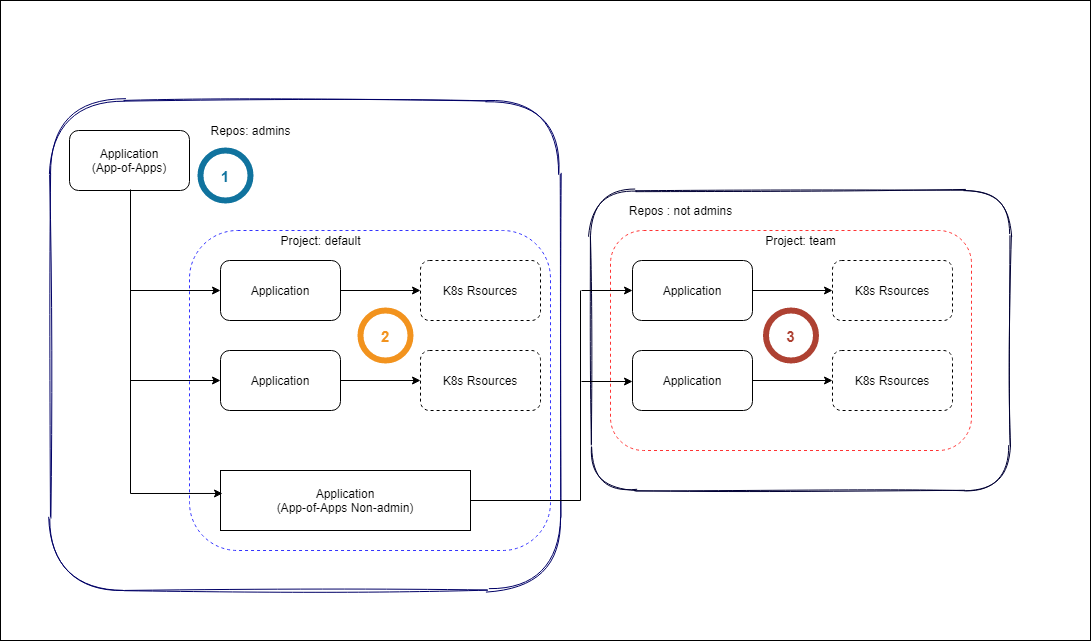
melak-cmd/diagrams keeps this draw.io diagram as tenant.png. Above is the earlier version. Source tidied: cells renumbered, new cells last; positions are measured from the earlier drawing's top-left corner, leaving out a move shared by most shapes.
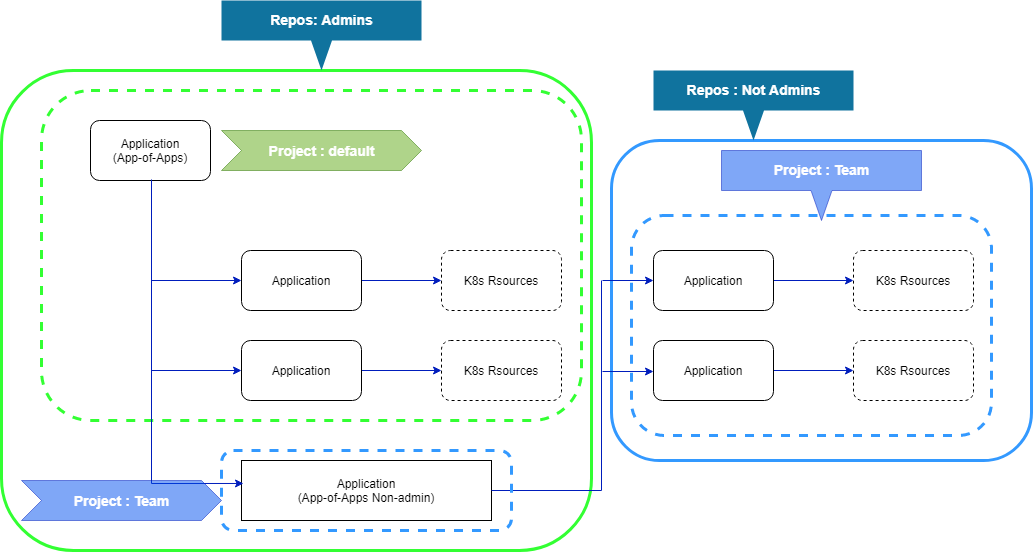
After the change.

The edit, as a diff of the source:
```diff
@@ -2,22 +2,19 @@
   <root>
     <mxCell id="0" />
     <mxCell id="1" parent="0" />
-    <mxCell id="2" style="rounded=0;whiteSpace=wrap;html=1;" parent="1" vertex="1">
-      <mxGeometry width="1090" height="640" as="geometry" />
-    </mxCell>
-    <mxCell id="3" style="rounded=1;whiteSpace=wrap;html=1;strokeColor=#000033;glass=0;sketch=1;" parent="1" vertex="1">
-      <mxGeometry x="590" y="190" width="420" height="300" as="geometry" />
-    </mxCell>
-    <mxCell id="4" style="rounded=1;whiteSpace=wrap;html=1;strokeColor=#000066;sketch=1;shadow=0;" parent="1" vertex="1">
-      <mxGeometry x="50" y="100" width="510" height="490" as="geometry" />
-    </mxCell>
-    <mxCell id="5" style="rounded=1;whiteSpace=wrap;html=1;dashed=1;strokeColor=#FF3333;" parent="1" vertex="1">
-      <mxGeometry x="610" y="230" width="361" height="220" as="geometry" />
-    </mxCell>
-    <mxCell id="6" style="rounded=1;whiteSpace=wrap;html=1;dashed=1;strokeColor=#3333FF;" parent="1" vertex="1">
-      <mxGeometry x="189" y="230" width="361" height="320" as="geometry" />
-    </mxCell>
+    <mxCell id="36" style="rounded=1;whiteSpace=wrap;html=1;dashed=1;strokeWidth=3;fillColor=none;strokeColor=#3399FF;" parent="1" vertex="1">
+      <mxGeometry x="610" y="225" width="360" height="220" as="geometry" />
+    </mxCell>
+    <mxCell id="37" style="rounded=1;whiteSpace=wrap;html=1;strokeColor=#3399FF;strokeWidth=3;fillColor=none;" parent="1" vertex="1">
+      <mxGeometry x="590" y="150" width="420" height="320" as="geometry" />
+    </mxCell>
+    <mxCell id="38" style="rounded=1;whiteSpace=wrap;html=1;strokeWidth=3;fillColor=none;strokeColor=#33FF33;" parent="1" vertex="1">
+      <mxGeometry x="-20" y="80" width="590" height="480" as="geometry" />
+    </mxCell>
+    <mxCell id="39" style="rounded=1;whiteSpace=wrap;html=1;dashed=1;strokeWidth=3;fillColor=none;strokeColor=#33FF33;" parent="1" vertex="1">
+      <mxGeometry x="20" y="100" width="540" height="330" as="geometry" />
+    </mxCell>
-    <mxCell id="7" style="edgeStyle=orthogonalEdgeStyle;rounded=0;jettySize=auto;html=1;" parent="1" edge="1" source="8" target="11">
+    <mxCell id="7" style="edgeStyle=orthogonalEdgeStyle;rounded=0;jettySize=auto;html=1;fillColor=#0050ef;strokeColor=#001DBC;" parent="1" edge="1" source="8" target="11">
       <mxGeometry relative="1" as="geometry" />
     </mxCell>
     <mxCell id="8" value="Application" style="rounded=1;whiteSpace=wrap;html=1;" parent="1" vertex="1">
@@ -26,7 +23,7 @@
     <mxCell id="9" value="Application&lt;br&gt;(App-of-Apps)" style="rounded=1;whiteSpace=wrap;html=1;" parent="1" vertex="1">
       <mxGeometry x="69" y="130" width="120" height="60" as="geometry" />
     </mxCell>
-    <mxCell id="10" style="endArrow=none;html=1;entryX=0.575;entryY=1.033;entryDx=0;entryDy=0;entryPerimeter=0;" parent="1" edge="1">
+    <mxCell id="10" style="endArrow=none;html=1;entryX=0.575;entryY=1.033;entryDx=0;entryDy=0;entryPerimeter=0;fillColor=#0050ef;strokeColor=#001DBC;" parent="1" edge="1">
       <mxGeometry relative="1" as="geometry">
         <mxPoint x="130" y="493" as="sourcePoint" />
         <mxPoint x="130" y="189" as="targetPoint" />
@@ -35,12 +32,12 @@
     <mxCell id="11" value="K8s Rsources" style="whiteSpace=wrap;html=1;rounded=1;dashed=1;" parent="1" vertex="1">
       <mxGeometry x="420" y="260" width="120" height="60" as="geometry" />
     </mxCell>
-    <mxCell id="12" style="endArrow=classic;html=1;entryX=0;entryY=0.5;entryDx=0;entryDy=0;" parent="1" edge="1" target="8">
+    <mxCell id="12" style="endArrow=classic;html=1;entryX=0;entryY=0.5;entryDx=0;entryDy=0;fillColor=#0050ef;strokeColor=#001DBC;" parent="1" edge="1" target="8">
       <mxGeometry relative="1" as="geometry">
         <mxPoint x="130" y="290" as="sourcePoint" />
       </mxGeometry>
     </mxCell>
-    <mxCell id="13" style="edgeStyle=orthogonalEdgeStyle;rounded=0;jettySize=auto;html=1;" parent="1" edge="1" source="14" target="15">
+    <mxCell id="13" style="edgeStyle=orthogonalEdgeStyle;rounded=0;jettySize=auto;html=1;fillColor=#0050ef;strokeColor=#001DBC;" parent="1" edge="1" source="14" target="15">
       <mxGeometry relative="1" as="geometry" />
     </mxCell>
     <mxCell id="14" value="Application" style="rounded=1;whiteSpace=wrap;html=1;" parent="1" vertex="1">
@@ -49,7 +46,7 @@
     <mxCell id="15" value="&lt;span&gt;K8s Rsources&lt;/span&gt;" style="whiteSpace=wrap;html=1;rounded=1;dashed=1;" parent="1" vertex="1">
       <mxGeometry x="420" y="350" width="120" height="60" as="geometry" />
     </mxCell>
-    <mxCell id="16" style="endArrow=classic;html=1;entryX=0;entryY=0.5;entryDx=0;entryDy=0;" parent="1" edge="1" target="14">
+    <mxCell id="16" style="endArrow=classic;html=1;entryX=0;entryY=0.5;entryDx=0;entryDy=0;fillColor=#0050ef;strokeColor=#001DBC;" parent="1" edge="1" target="14">
       <mxGeometry relative="1" as="geometry">
         <mxPoint x="130" y="380" as="sourcePoint" />
       </mxGeometry>
@@ -57,12 +54,12 @@
     <mxCell id="17" value="Application&lt;br&gt;(App-of-Apps Non-admin)" style="rounded=0;whiteSpace=wrap;html=1;" parent="1" vertex="1">
       <mxGeometry x="220" y="470" width="250" height="60" as="geometry" />
     </mxCell>
-    <mxCell id="18" style="endArrow=classic;html=1;entryX=0.008;entryY=0.383;entryDx=0;entryDy=0;entryPerimeter=0;" parent="1" edge="1" target="17">
+    <mxCell id="18" style="endArrow=classic;html=1;entryX=0.008;entryY=0.383;entryDx=0;entryDy=0;entryPerimeter=0;fillColor=#0050ef;strokeColor=#001DBC;" parent="1" edge="1" target="17">
       <mxGeometry relative="1" as="geometry">
         <mxPoint x="130" y="493" as="sourcePoint" />
       </mxGeometry>
     </mxCell>
-    <mxCell id="19" style="edgeStyle=orthogonalEdgeStyle;rounded=0;jettySize=auto;html=1;" parent="1" edge="1" source="20" target="21">
+    <mxCell id="19" style="edgeStyle=orthogonalEdgeStyle;rounded=0;jettySize=auto;html=1;fillColor=#0050ef;strokeColor=#001DBC;" parent="1" edge="1" source="20" target="21">
       <mxGeometry relative="1" as="geometry" />
     </mxCell>
     <mxCell id="20" value="Application" style="rounded=1;whiteSpace=wrap;html=1;" parent="1" vertex="1">
@@ -71,7 +68,7 @@
     <mxCell id="21" value="K8s Rsources" style="whiteSpace=wrap;html=1;rounded=1;dashed=1;" parent="1" vertex="1">
       <mxGeometry x="832" y="260" width="120" height="60" as="geometry" />
     </mxCell>
-    <mxCell id="22" style="edgeStyle=orthogonalEdgeStyle;rounded=0;jettySize=auto;html=1;" parent="1" edge="1" source="23" target="24">
+    <mxCell id="22" style="edgeStyle=orthogonalEdgeStyle;rounded=0;jettySize=auto;html=1;fillColor=#0050ef;strokeColor=#001DBC;" parent="1" edge="1" source="23" target="24">
       <mxGeometry relative="1" as="geometry" />
     </mxCell>
     <mxCell id="23" value="Application" style="rounded=1;whiteSpace=wrap;html=1;" parent="1" vertex="1">
@@ -80,50 +77,47 @@
     <mxCell id="24" value="K8s Rsources" style="whiteSpace=wrap;html=1;rounded=1;dashed=1;" parent="1" vertex="1">
       <mxGeometry x="832" y="350" width="120" height="60" as="geometry" />
     </mxCell>
-    <mxCell id="25" style="endArrow=none;html=1;" parent="1" edge="1">
+    <mxCell id="25" style="endArrow=none;html=1;fillColor=#0050ef;strokeColor=#001DBC;" parent="1" edge="1">
       <mxGeometry relative="1" as="geometry">
         <mxPoint x="470" y="500" as="sourcePoint" />
         <mxPoint x="580" y="500" as="targetPoint" />
       </mxGeometry>
     </mxCell>
-    <mxCell id="26" style="endArrow=none;html=1;" parent="1" edge="1">
+    <mxCell id="26" style="endArrow=none;html=1;fillColor=#0050ef;strokeColor=#001DBC;" parent="1" edge="1">
       <mxGeometry relative="1" as="geometry">
         <mxPoint x="580" y="290" as="sourcePoint" />
         <mxPoint x="580" y="500" as="targetPoint" />
       </mxGeometry>
     </mxCell>
-    <mxCell id="27" style="endArrow=classic;html=1;endSize=6;" parent="1" edge="1">
+    <mxCell id="27" style="endArrow=classic;html=1;endSize=6;fillColor=#0050ef;strokeColor=#001DBC;" parent="1" edge="1">
       <mxGeometry relative="1" as="geometry">
         <mxPoint x="581" y="290" as="sourcePoint" />
         <mxPoint x="632" y="290" as="targetPoint" />
       </mxGeometry>
     </mxCell>
-    <mxCell id="28" style="endArrow=classic;html=1;endSize=6;" parent="1" edge="1">
+    <mxCell id="28" style="endArrow=classic;html=1;endSize=6;fillColor=#0050ef;strokeColor=#001DBC;" parent="1" edge="1">
       <mxGeometry relative="1" as="geometry">
         <mxPoint x="581" y="381" as="sourcePoint" />
         <mxPoint x="632" y="381" as="targetPoint" />
       </mxGeometry>
     </mxCell>
-    <mxCell id="29" value="Project: team" style="text;html=1;align=center;verticalAlign=middle;" parent="1" vertex="1">
-      <mxGeometry x="755" y="230" width="90" height="20" as="geometry" />
-    </mxCell>
-    <mxCell id="30" value="Project: default" style="text;html=1;align=center;verticalAlign=middle;" parent="1" vertex="1">
-      <mxGeometry x="270" y="230" width="100" height="20" as="geometry" />
-    </mxCell>
-    <mxCell id="31" value="Repos : not admins" style="text;html=1;align=center;verticalAlign=middle;" parent="1" vertex="1">
-      <mxGeometry x="620" y="200" width="120" height="20" as="geometry" />
-    </mxCell>
-    <mxCell id="32" value="Repos: admins" style="text;html=1;align=center;verticalAlign=middle;" parent="1" vertex="1">
-      <mxGeometry x="200" y="120" width="100" height="20" as="geometry" />
-    </mxCell>
-    <mxCell id="33" value="1" style="shape=ellipse;strokeWidth=6;strokeColor=#10739E;fontSize=15;html=0;fontStyle=1;fontColor=#10739E;" parent="1" vertex="1">
-      <mxGeometry x="200" y="150" width="50" height="50" as="geometry" />
-    </mxCell>
-    <mxCell id="34" value="2" style="shape=ellipse;strokeWidth=6;strokeColor=#F2931E;fontSize=15;html=0;fontStyle=1;fontColor=#F2931E;" parent="1" vertex="1">
-      <mxGeometry x="360" y="310" width="50" height="50" as="geometry" />
-    </mxCell>
-    <mxCell id="35" value="3" style="shape=ellipse;strokeWidth=6;strokeColor=#AE4132;fontSize=15;html=0;fontStyle=1;fontColor=#AE4132;" parent="1" vertex="1">
-      <mxGeometry x="765.5" y="310" width="50" height="50" as="geometry" />
-    </mxCell>
+    <mxCell id="40" value="Repos : Not Admins" style="html=1;shape=mxgraph.infographic.barCallout;dx=100;dy=30;fillColor=#10739E;strokeColor=none;align=center;verticalAlign=top;fontColor=#ffffff;fontSize=14;fontStyle=1;shadow=0;spacingTop=5;rounded=0;" parent="1" vertex="1">
+      <mxGeometry x="632" y="80" width="200" height="70" as="geometry" />
+    </mxCell>
+    <mxCell id="41" value="Repos: Admins" style="html=1;shape=mxgraph.infographic.barCallout;dx=100;dy=30;fillColor=#10739E;strokeColor=none;align=center;verticalAlign=top;fontColor=#ffffff;fontSize=14;fontStyle=1;shadow=0;spacingTop=5;rounded=0;" parent="1" vertex="1">
+      <mxGeometry x="200" y="10" width="200" height="70" as="geometry" />
+    </mxCell>
+    <mxCell id="42" style="rounded=1;whiteSpace=wrap;html=1;dashed=1;strokeWidth=3;fillColor=none;strokeColor=#3399FF;" parent="1" vertex="1">
+      <mxGeometry x="200" y="460" width="290" height="80" as="geometry" />
+    </mxCell>
+    <mxCell id="43" value="Project : default" style="html=1;shape=mxgraph.infographic.ribbonSimple;notch1=20;notch2=20;fillColor=#60a917;strokeColor=#2D7600;align=center;verticalAlign=middle;fontColor=#ffffff;fontSize=14;fontStyle=1;rounded=0;opacity=50;" parent="1" vertex="1">
+      <mxGeometry x="200" y="140" width="200" height="40" as="geometry" />
+    </mxCell>
+    <mxCell id="44" value="Project : Team" style="html=1;shape=mxgraph.infographic.ribbonSimple;notch1=20;notch2=20;fillColor=#0050ef;strokeColor=#001DBC;align=center;verticalAlign=middle;fontColor=#ffffff;fontSize=14;fontStyle=1;rounded=0;opacity=50;" parent="1" vertex="1">
+      <mxGeometry y="490" width="200" height="40" as="geometry" />
+    </mxCell>
+    <mxCell id="45" value="Project : Team" style="html=1;shape=mxgraph.infographic.barCallout;dx=100;dy=30;fillColor=#0050ef;strokeColor=#001DBC;align=center;verticalAlign=top;fontColor=#ffffff;fontSize=14;fontStyle=1;shadow=0;spacingTop=5;rounded=0;opacity=50;" parent="1" vertex="1">
+      <mxGeometry x="700" y="160" width="200" height="70" as="geometry" />
+    </mxCell>
   </root>
 </mxGraphModel>
```
